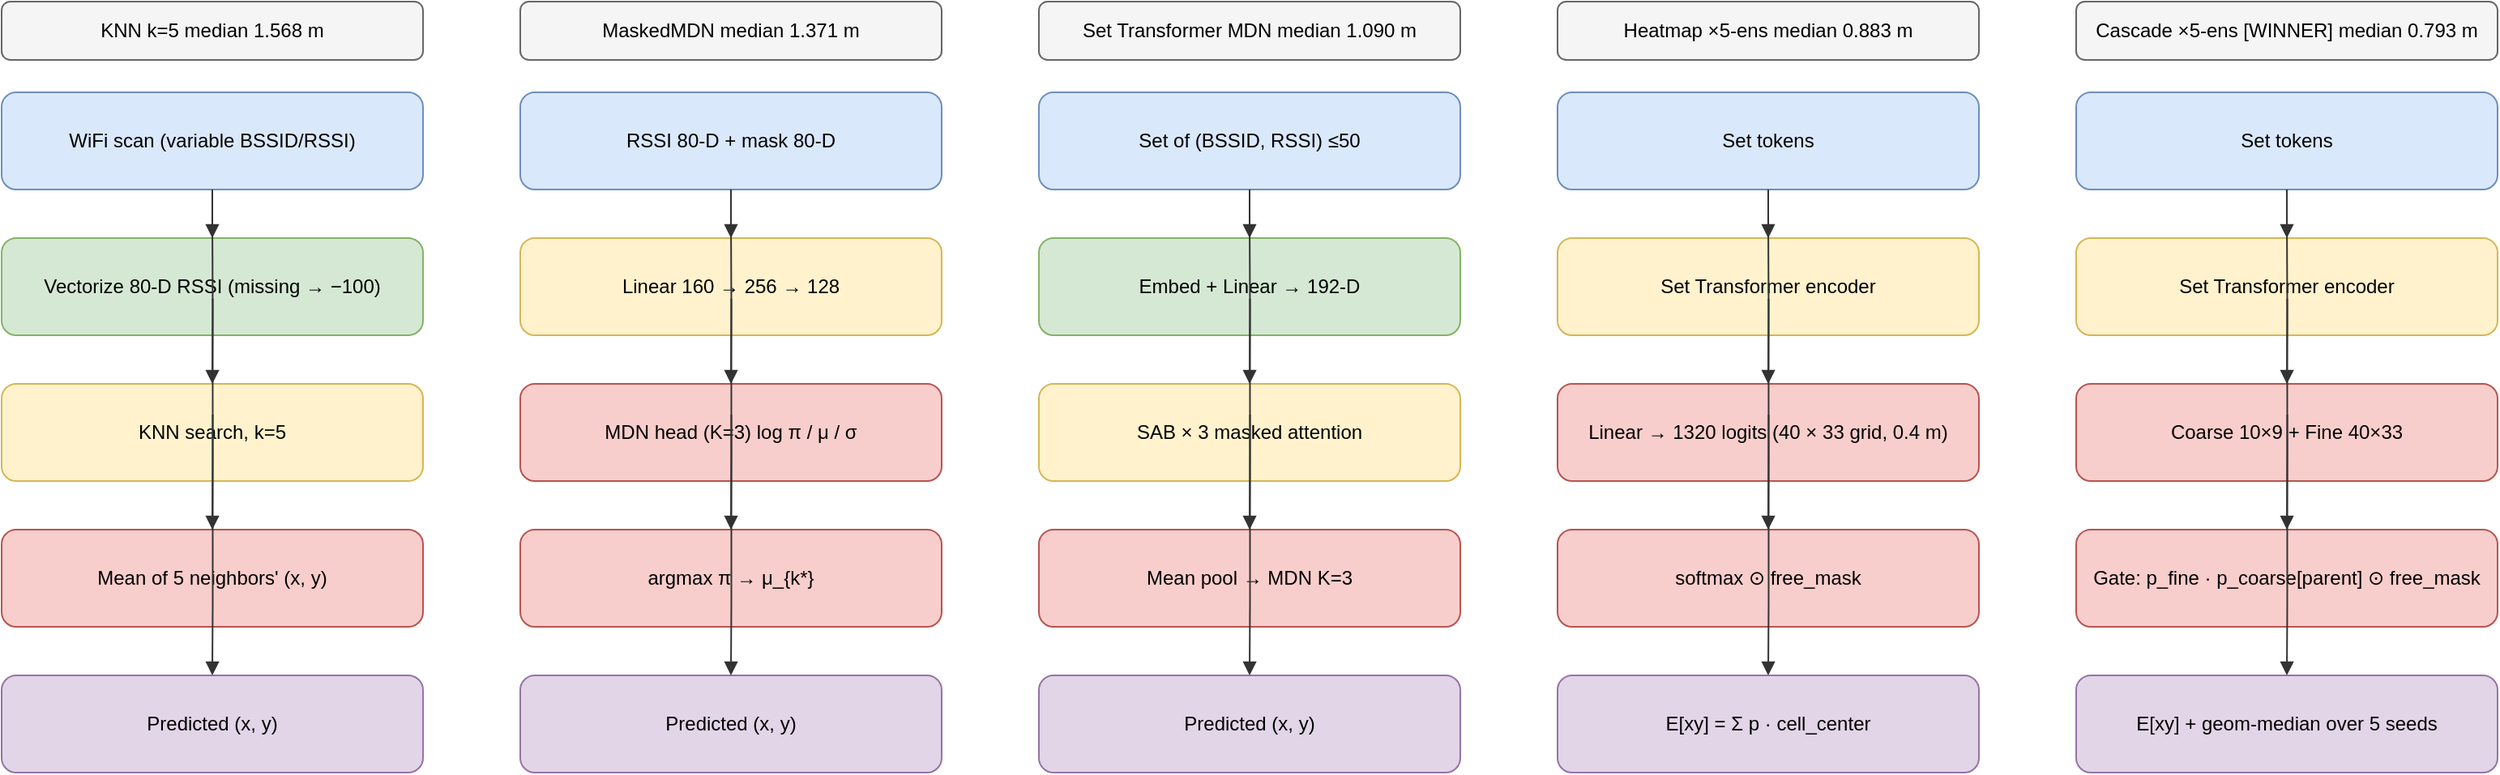
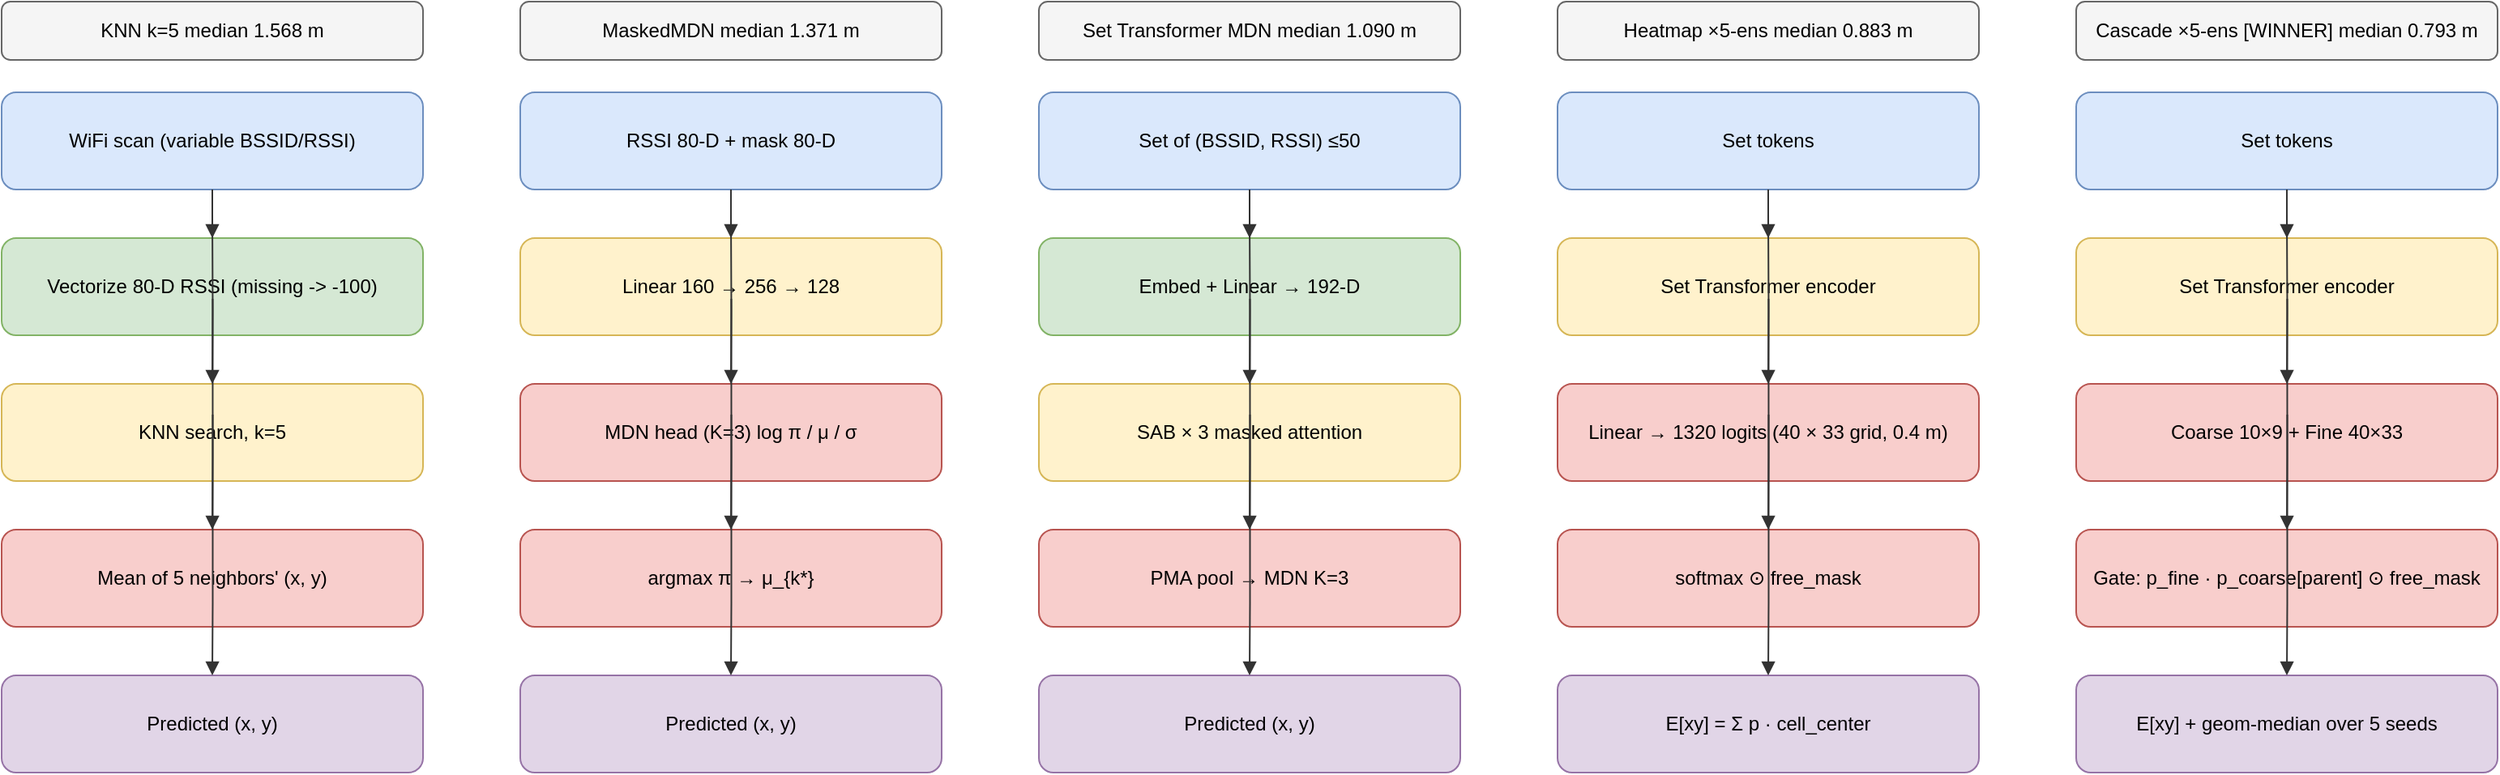
<?xml version="1.0" encoding="UTF-8"?>
<mxfile host="app.diagrams.net" agent="lab3-arch-gen" version="23.0.0">
  <diagram name="Lab 3 model ladder" id="ladder">
    <mxGraphModel dx="1422" dy="757" grid="1" gridSize="10" guides="1" tooltips="1" connect="1" arrows="1" fold="1" page="1" pageScale="1" pageWidth="1600" pageHeight="900" math="0" shadow="0">
      <root>
        <mxCell id="0"/>
        <mxCell id="1" parent="0"/>
        <mxCell id="100" value="KNN k=5
median 1.568 m" style="rounded=1;whiteSpace=wrap;html=1;fillColor=#f5f5f5;strokeColor=#666666;fontSize=12;align=center;verticalAlign=middle;" vertex="1" parent="1"><mxGeometry x="60" y="60" width="260" height="36" as="geometry"/></mxCell>
        <mxCell id="101" value="WiFi scan
(variable BSSID/RSSI)" style="rounded=1;whiteSpace=wrap;html=1;fillColor=#dae8fc;strokeColor=#6c8ebf;fontSize=12;align=center;verticalAlign=middle;" vertex="1" parent="1"><mxGeometry x="60" y="116" width="260" height="60" as="geometry"/></mxCell>
        <mxCell id="102" value="Vectorize 80-D RSSI
- (missing → −100)" style="rounded=1;whiteSpace=wrap;html=1;fillColor=#d5e8d4;strokeColor=#82b366;fontSize=12;align=center;verticalAlign=middle;" vertex="1" parent="1"><mxGeometry x="60" y="206" width="260" height="60" as="geometry"/></mxCell>
+ (missing -&gt; -100)" style="rounded=1;whiteSpace=wrap;html=1;fillColor=#d5e8d4;strokeColor=#82b366;fontSize=12;align=center;verticalAlign=middle;" vertex="1" parent="1"><mxGeometry x="60" y="206" width="260" height="60" as="geometry"/></mxCell>
        <mxCell id="103" style="endArrow=block;html=1;rounded=0;strokeColor=#333333;edgeStyle=orthogonalEdgeStyle;" edge="1" parent="1" source="101" target="102"><mxGeometry relative="1" as="geometry"/></mxCell>
        <mxCell id="104" value="KNN search, k=5" style="rounded=1;whiteSpace=wrap;html=1;fillColor=#fff2cc;strokeColor=#d6b656;fontSize=12;align=center;verticalAlign=middle;" vertex="1" parent="1"><mxGeometry x="60" y="296" width="260" height="60" as="geometry"/></mxCell>
        <mxCell id="105" style="endArrow=block;html=1;rounded=0;strokeColor=#333333;edgeStyle=orthogonalEdgeStyle;" edge="1" parent="1" source="103" target="104"><mxGeometry relative="1" as="geometry"/></mxCell>
        <mxCell id="106" value="Mean of 5 neighbors' (x, y)" style="rounded=1;whiteSpace=wrap;html=1;fillColor=#f8cecc;strokeColor=#b85450;fontSize=12;align=center;verticalAlign=middle;" vertex="1" parent="1"><mxGeometry x="60" y="386" width="260" height="60" as="geometry"/></mxCell>
        <mxCell id="107" style="endArrow=block;html=1;rounded=0;strokeColor=#333333;edgeStyle=orthogonalEdgeStyle;" edge="1" parent="1" source="105" target="106"><mxGeometry relative="1" as="geometry"/></mxCell>
        <mxCell id="108" value="Predicted (x, y)" style="rounded=1;whiteSpace=wrap;html=1;fillColor=#e1d5e7;strokeColor=#9673a6;fontSize=12;align=center;verticalAlign=middle;" vertex="1" parent="1"><mxGeometry x="60" y="476" width="260" height="60" as="geometry"/></mxCell>
        <mxCell id="109" style="endArrow=block;html=1;rounded=0;strokeColor=#333333;edgeStyle=orthogonalEdgeStyle;" edge="1" parent="1" source="107" target="108"><mxGeometry relative="1" as="geometry"/></mxCell>
        <mxCell id="110" value="MaskedMDN
median 1.371 m" style="rounded=1;whiteSpace=wrap;html=1;fillColor=#f5f5f5;strokeColor=#666666;fontSize=12;align=center;verticalAlign=middle;" vertex="1" parent="1"><mxGeometry x="380" y="60" width="260" height="36" as="geometry"/></mxCell>
        <mxCell id="111" value="RSSI 80-D + mask 80-D" style="rounded=1;whiteSpace=wrap;html=1;fillColor=#dae8fc;strokeColor=#6c8ebf;fontSize=12;align=center;verticalAlign=middle;" vertex="1" parent="1"><mxGeometry x="380" y="116" width="260" height="60" as="geometry"/></mxCell>
        <mxCell id="112" value="Linear 160 → 256 → 128" style="rounded=1;whiteSpace=wrap;html=1;fillColor=#fff2cc;strokeColor=#d6b656;fontSize=12;align=center;verticalAlign=middle;" vertex="1" parent="1"><mxGeometry x="380" y="206" width="260" height="60" as="geometry"/></mxCell>
        <mxCell id="113" style="endArrow=block;html=1;rounded=0;strokeColor=#333333;edgeStyle=orthogonalEdgeStyle;" edge="1" parent="1" source="111" target="112"><mxGeometry relative="1" as="geometry"/></mxCell>
        <mxCell id="114" value="MDN head (K=3)
log π / μ / σ" style="rounded=1;whiteSpace=wrap;html=1;fillColor=#f8cecc;strokeColor=#b85450;fontSize=12;align=center;verticalAlign=middle;" vertex="1" parent="1"><mxGeometry x="380" y="296" width="260" height="60" as="geometry"/></mxCell>
        <mxCell id="115" style="endArrow=block;html=1;rounded=0;strokeColor=#333333;edgeStyle=orthogonalEdgeStyle;" edge="1" parent="1" source="113" target="114"><mxGeometry relative="1" as="geometry"/></mxCell>
        <mxCell id="116" value="argmax π → μ_{k*}" style="rounded=1;whiteSpace=wrap;html=1;fillColor=#f8cecc;strokeColor=#b85450;fontSize=12;align=center;verticalAlign=middle;" vertex="1" parent="1"><mxGeometry x="380" y="386" width="260" height="60" as="geometry"/></mxCell>
        <mxCell id="117" style="endArrow=block;html=1;rounded=0;strokeColor=#333333;edgeStyle=orthogonalEdgeStyle;" edge="1" parent="1" source="115" target="116"><mxGeometry relative="1" as="geometry"/></mxCell>
        <mxCell id="118" value="Predicted (x, y)" style="rounded=1;whiteSpace=wrap;html=1;fillColor=#e1d5e7;strokeColor=#9673a6;fontSize=12;align=center;verticalAlign=middle;" vertex="1" parent="1"><mxGeometry x="380" y="476" width="260" height="60" as="geometry"/></mxCell>
        <mxCell id="119" style="endArrow=block;html=1;rounded=0;strokeColor=#333333;edgeStyle=orthogonalEdgeStyle;" edge="1" parent="1" source="117" target="118"><mxGeometry relative="1" as="geometry"/></mxCell>
        <mxCell id="120" value="Set Transformer MDN
median 1.090 m" style="rounded=1;whiteSpace=wrap;html=1;fillColor=#f5f5f5;strokeColor=#666666;fontSize=12;align=center;verticalAlign=middle;" vertex="1" parent="1"><mxGeometry x="700" y="60" width="260" height="36" as="geometry"/></mxCell>
        <mxCell id="121" value="Set of (BSSID, RSSI) ≤50" style="rounded=1;whiteSpace=wrap;html=1;fillColor=#dae8fc;strokeColor=#6c8ebf;fontSize=12;align=center;verticalAlign=middle;" vertex="1" parent="1"><mxGeometry x="700" y="116" width="260" height="60" as="geometry"/></mxCell>
        <mxCell id="122" value="Embed + Linear → 192-D" style="rounded=1;whiteSpace=wrap;html=1;fillColor=#d5e8d4;strokeColor=#82b366;fontSize=12;align=center;verticalAlign=middle;" vertex="1" parent="1"><mxGeometry x="700" y="206" width="260" height="60" as="geometry"/></mxCell>
        <mxCell id="123" style="endArrow=block;html=1;rounded=0;strokeColor=#333333;edgeStyle=orthogonalEdgeStyle;" edge="1" parent="1" source="121" target="122"><mxGeometry relative="1" as="geometry"/></mxCell>
        <mxCell id="124" value="SAB × 3
masked attention" style="rounded=1;whiteSpace=wrap;html=1;fillColor=#fff2cc;strokeColor=#d6b656;fontSize=12;align=center;verticalAlign=middle;" vertex="1" parent="1"><mxGeometry x="700" y="296" width="260" height="60" as="geometry"/></mxCell>
        <mxCell id="125" style="endArrow=block;html=1;rounded=0;strokeColor=#333333;edgeStyle=orthogonalEdgeStyle;" edge="1" parent="1" source="123" target="124"><mxGeometry relative="1" as="geometry"/></mxCell>
-         <mxCell id="126" value="Mean pool → MDN K=3" style="rounded=1;whiteSpace=wrap;html=1;fillColor=#f8cecc;strokeColor=#b85450;fontSize=12;align=center;verticalAlign=middle;" vertex="1" parent="1"><mxGeometry x="700" y="386" width="260" height="60" as="geometry"/></mxCell>
+         <mxCell id="126" value="PMA pool → MDN K=3" style="rounded=1;whiteSpace=wrap;html=1;fillColor=#f8cecc;strokeColor=#b85450;fontSize=12;align=center;verticalAlign=middle;" vertex="1" parent="1"><mxGeometry x="700" y="386" width="260" height="60" as="geometry"/></mxCell>
        <mxCell id="127" style="endArrow=block;html=1;rounded=0;strokeColor=#333333;edgeStyle=orthogonalEdgeStyle;" edge="1" parent="1" source="125" target="126"><mxGeometry relative="1" as="geometry"/></mxCell>
        <mxCell id="128" value="Predicted (x, y)" style="rounded=1;whiteSpace=wrap;html=1;fillColor=#e1d5e7;strokeColor=#9673a6;fontSize=12;align=center;verticalAlign=middle;" vertex="1" parent="1"><mxGeometry x="700" y="476" width="260" height="60" as="geometry"/></mxCell>
        <mxCell id="129" style="endArrow=block;html=1;rounded=0;strokeColor=#333333;edgeStyle=orthogonalEdgeStyle;" edge="1" parent="1" source="127" target="128"><mxGeometry relative="1" as="geometry"/></mxCell>
        <mxCell id="130" value="Heatmap ×5-ens
median 0.883 m" style="rounded=1;whiteSpace=wrap;html=1;fillColor=#f5f5f5;strokeColor=#666666;fontSize=12;align=center;verticalAlign=middle;" vertex="1" parent="1"><mxGeometry x="1020" y="60" width="260" height="36" as="geometry"/></mxCell>
        <mxCell id="131" value="Set tokens" style="rounded=1;whiteSpace=wrap;html=1;fillColor=#dae8fc;strokeColor=#6c8ebf;fontSize=12;align=center;verticalAlign=middle;" vertex="1" parent="1"><mxGeometry x="1020" y="116" width="260" height="60" as="geometry"/></mxCell>
        <mxCell id="132" value="Set Transformer encoder" style="rounded=1;whiteSpace=wrap;html=1;fillColor=#fff2cc;strokeColor=#d6b656;fontSize=12;align=center;verticalAlign=middle;" vertex="1" parent="1"><mxGeometry x="1020" y="206" width="260" height="60" as="geometry"/></mxCell>
        <mxCell id="133" style="endArrow=block;html=1;rounded=0;strokeColor=#333333;edgeStyle=orthogonalEdgeStyle;" edge="1" parent="1" source="131" target="132"><mxGeometry relative="1" as="geometry"/></mxCell>
        <mxCell id="134" value="Linear → 1320 logits
(40 × 33 grid, 0.4 m)" style="rounded=1;whiteSpace=wrap;html=1;fillColor=#f8cecc;strokeColor=#b85450;fontSize=12;align=center;verticalAlign=middle;" vertex="1" parent="1"><mxGeometry x="1020" y="296" width="260" height="60" as="geometry"/></mxCell>
        <mxCell id="135" style="endArrow=block;html=1;rounded=0;strokeColor=#333333;edgeStyle=orthogonalEdgeStyle;" edge="1" parent="1" source="133" target="134"><mxGeometry relative="1" as="geometry"/></mxCell>
        <mxCell id="136" value="softmax ⊙ free_mask" style="rounded=1;whiteSpace=wrap;html=1;fillColor=#f8cecc;strokeColor=#b85450;fontSize=12;align=center;verticalAlign=middle;" vertex="1" parent="1"><mxGeometry x="1020" y="386" width="260" height="60" as="geometry"/></mxCell>
        <mxCell id="137" style="endArrow=block;html=1;rounded=0;strokeColor=#333333;edgeStyle=orthogonalEdgeStyle;" edge="1" parent="1" source="135" target="136"><mxGeometry relative="1" as="geometry"/></mxCell>
        <mxCell id="138" value="E[xy] = Σ p · cell_center" style="rounded=1;whiteSpace=wrap;html=1;fillColor=#e1d5e7;strokeColor=#9673a6;fontSize=12;align=center;verticalAlign=middle;" vertex="1" parent="1"><mxGeometry x="1020" y="476" width="260" height="60" as="geometry"/></mxCell>
        <mxCell id="139" style="endArrow=block;html=1;rounded=0;strokeColor=#333333;edgeStyle=orthogonalEdgeStyle;" edge="1" parent="1" source="137" target="138"><mxGeometry relative="1" as="geometry"/></mxCell>
        <mxCell id="140" value="Cascade ×5-ens  [WINNER]
median 0.793 m" style="rounded=1;whiteSpace=wrap;html=1;fillColor=#f5f5f5;strokeColor=#666666;fontSize=12;align=center;verticalAlign=middle;" vertex="1" parent="1"><mxGeometry x="1340" y="60" width="260" height="36" as="geometry"/></mxCell>
        <mxCell id="141" value="Set tokens" style="rounded=1;whiteSpace=wrap;html=1;fillColor=#dae8fc;strokeColor=#6c8ebf;fontSize=12;align=center;verticalAlign=middle;" vertex="1" parent="1"><mxGeometry x="1340" y="116" width="260" height="60" as="geometry"/></mxCell>
        <mxCell id="142" value="Set Transformer encoder" style="rounded=1;whiteSpace=wrap;html=1;fillColor=#fff2cc;strokeColor=#d6b656;fontSize=12;align=center;verticalAlign=middle;" vertex="1" parent="1"><mxGeometry x="1340" y="206" width="260" height="60" as="geometry"/></mxCell>
        <mxCell id="143" style="endArrow=block;html=1;rounded=0;strokeColor=#333333;edgeStyle=orthogonalEdgeStyle;" edge="1" parent="1" source="141" target="142"><mxGeometry relative="1" as="geometry"/></mxCell>
        <mxCell id="144" value="Coarse 10×9  +  Fine 40×33" style="rounded=1;whiteSpace=wrap;html=1;fillColor=#f8cecc;strokeColor=#b85450;fontSize=12;align=center;verticalAlign=middle;" vertex="1" parent="1"><mxGeometry x="1340" y="296" width="260" height="60" as="geometry"/></mxCell>
        <mxCell id="145" style="endArrow=block;html=1;rounded=0;strokeColor=#333333;edgeStyle=orthogonalEdgeStyle;" edge="1" parent="1" source="143" target="144"><mxGeometry relative="1" as="geometry"/></mxCell>
        <mxCell id="146" value="Gate: p_fine · p_coarse[parent]
⊙ free_mask" style="rounded=1;whiteSpace=wrap;html=1;fillColor=#f8cecc;strokeColor=#b85450;fontSize=12;align=center;verticalAlign=middle;" vertex="1" parent="1"><mxGeometry x="1340" y="386" width="260" height="60" as="geometry"/></mxCell>
        <mxCell id="147" style="endArrow=block;html=1;rounded=0;strokeColor=#333333;edgeStyle=orthogonalEdgeStyle;" edge="1" parent="1" source="145" target="146"><mxGeometry relative="1" as="geometry"/></mxCell>
        <mxCell id="148" value="E[xy] + geom-median over 5 seeds" style="rounded=1;whiteSpace=wrap;html=1;fillColor=#e1d5e7;strokeColor=#9673a6;fontSize=12;align=center;verticalAlign=middle;" vertex="1" parent="1"><mxGeometry x="1340" y="476" width="260" height="60" as="geometry"/></mxCell>
        <mxCell id="149" style="endArrow=block;html=1;rounded=0;strokeColor=#333333;edgeStyle=orthogonalEdgeStyle;" edge="1" parent="1" source="147" target="148"><mxGeometry relative="1" as="geometry"/></mxCell>
      </root>
    </mxGraphModel>
  </diagram>
</mxfile>
